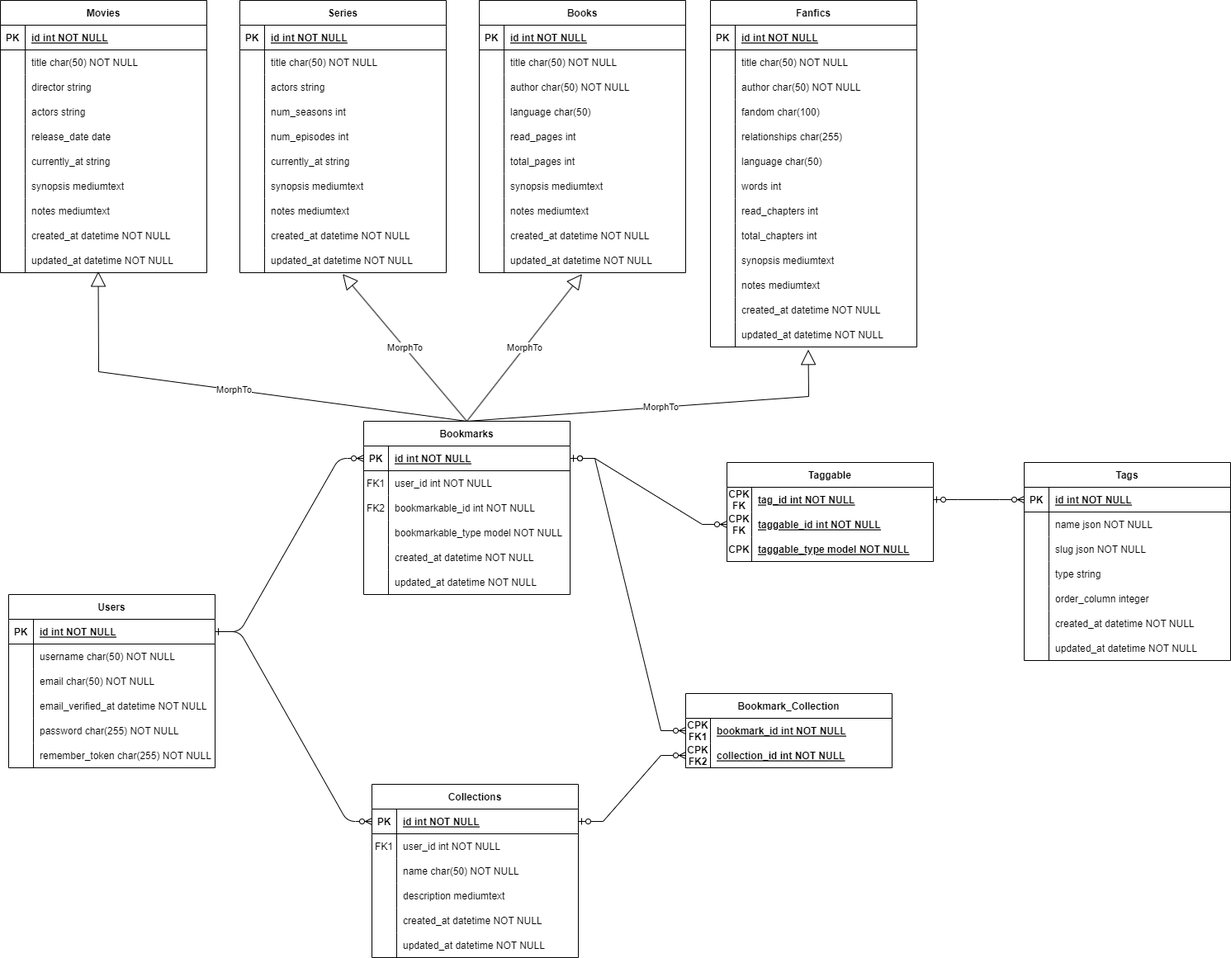
The draw.io diagram docs/mybookmarks_db.png in DAW-presencial/proyecto23-24-ncocana, before a commit. Source tidied: cells renumbered, new cells last; positions are measured from the earlier drawing's top-left corner, leaving out a move shared by most shapes.
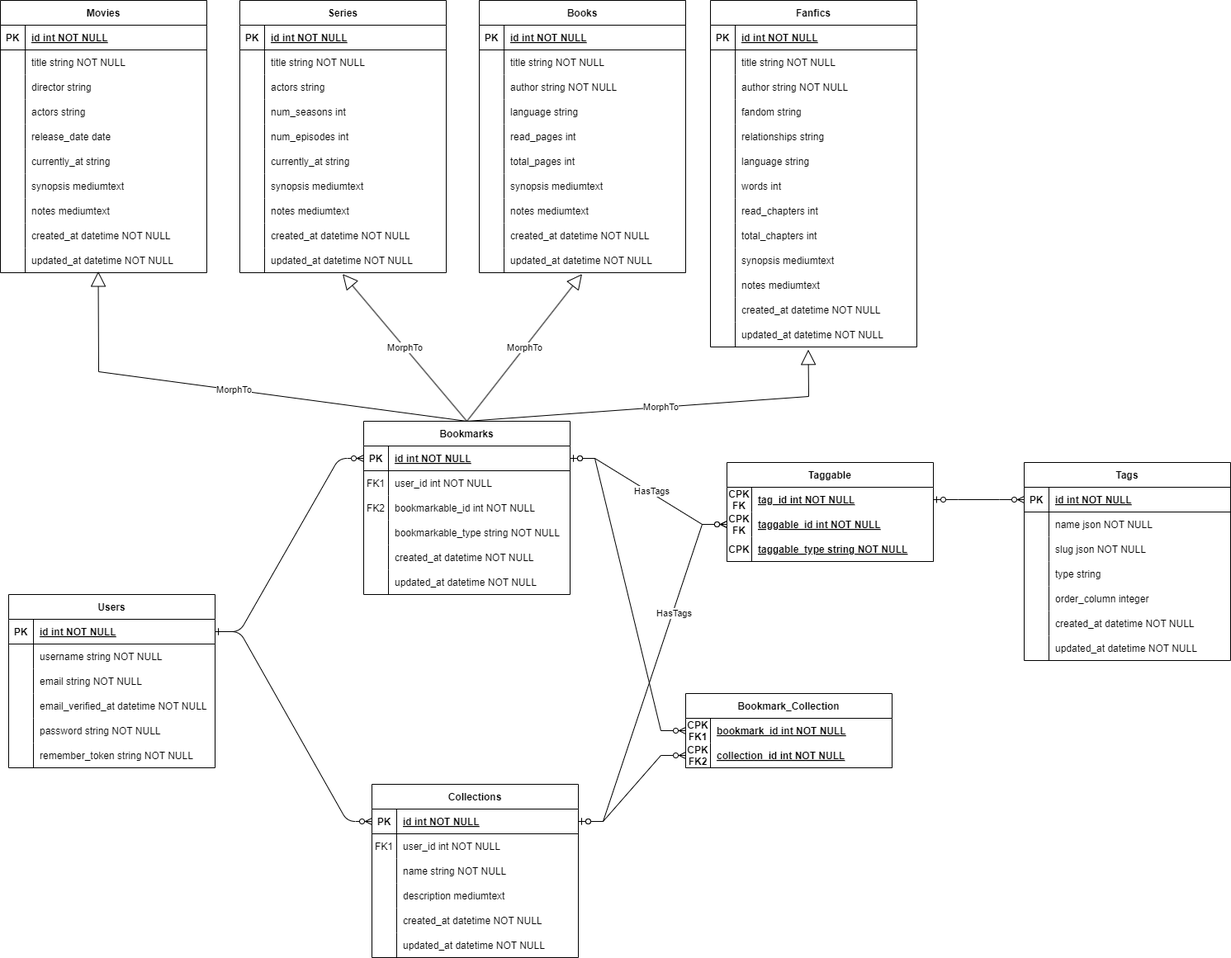
Above is the later version.

What changed in the source:
```diff
@@ -41,7 +41,7 @@
     <mxCell id="14" style="shape=partialRectangle;overflow=hidden;fillColor=none;top=0;left=0;bottom=0;right=0;" parent="13" vertex="1">
       <mxGeometry width="30" height="30" as="geometry" />
     </mxCell>
-    <mxCell id="15" value="bookmarkable_type model NOT NULL" style="shape=partialRectangle;overflow=hidden;fillColor=none;top=0;left=0;bottom=0;right=0;align=left;spacingLeft=6;" parent="13" vertex="1">
+    <mxCell id="15" value="bookmarkable_type string NOT NULL" style="shape=partialRectangle;overflow=hidden;fillColor=none;top=0;left=0;bottom=0;right=0;align=left;spacingLeft=6;" parent="13" vertex="1">
       <mxGeometry x="30" width="220" height="30" as="geometry" />
     </mxCell>
     <mxCell id="16" style="shape=partialRectangle;fillColor=none;top=0;left=0;right=0;bottom=0;" parent="3" vertex="1">
@@ -89,7 +89,7 @@
     <mxCell id="30" style="shape=partialRectangle;overflow=hidden;fillColor=none;top=0;left=0;bottom=0;right=0;" parent="29" vertex="1">
       <mxGeometry width="30" height="30" as="geometry" />
     </mxCell>
-    <mxCell id="31" value="name char(50) NOT NULL" style="shape=partialRectangle;overflow=hidden;fillColor=none;top=0;left=0;bottom=0;right=0;align=left;spacingLeft=6;" parent="29" vertex="1">
+    <mxCell id="31" value="name string NOT NULL" style="shape=partialRectangle;overflow=hidden;fillColor=none;top=0;left=0;bottom=0;right=0;align=left;spacingLeft=6;" parent="29" vertex="1">
       <mxGeometry x="30" width="220" height="30" as="geometry" />
     </mxCell>
     <mxCell id="32" style="shape=partialRectangle;fillColor=none;top=0;left=0;right=0;bottom=0;" parent="22" vertex="1">
@@ -137,7 +137,7 @@
     <mxCell id="46" style="shape=partialRectangle;overflow=hidden;fillColor=none;top=0;left=0;bottom=0;right=0;" parent="45" vertex="1">
       <mxGeometry width="30" height="30" as="geometry" />
     </mxCell>
-    <mxCell id="47" value="username char(50) NOT NULL" style="shape=partialRectangle;overflow=hidden;fillColor=none;top=0;left=0;bottom=0;right=0;align=left;spacingLeft=6;" parent="45" vertex="1">
+    <mxCell id="47" value="username string NOT NULL" style="shape=partialRectangle;overflow=hidden;fillColor=none;top=0;left=0;bottom=0;right=0;align=left;spacingLeft=6;" parent="45" vertex="1">
       <mxGeometry x="30" width="220" height="30" as="geometry" />
     </mxCell>
     <mxCell id="48" style="shape=partialRectangle;fillColor=none;top=0;left=0;right=0;bottom=0;" parent="41" vertex="1">
@@ -146,7 +146,7 @@
     <mxCell id="49" style="shape=partialRectangle;overflow=hidden;fillColor=none;top=0;left=0;bottom=0;right=0;" parent="48" vertex="1">
       <mxGeometry width="30" height="30" as="geometry" />
     </mxCell>
-    <mxCell id="50" value="email char(50) NOT NULL" style="shape=partialRectangle;overflow=hidden;fillColor=none;top=0;left=0;bottom=0;right=0;align=left;spacingLeft=6;" parent="48" vertex="1">
+    <mxCell id="50" value="email string NOT NULL" style="shape=partialRectangle;overflow=hidden;fillColor=none;top=0;left=0;bottom=0;right=0;align=left;spacingLeft=6;" parent="48" vertex="1">
       <mxGeometry x="30" width="220" height="30" as="geometry" />
     </mxCell>
     <mxCell id="51" style="shape=partialRectangle;fillColor=none;top=0;left=0;right=0;bottom=0;" parent="41" vertex="1">
@@ -164,7 +164,7 @@
     <mxCell id="55" style="shape=partialRectangle;overflow=hidden;fillColor=none;top=0;left=0;bottom=0;right=0;" parent="54" vertex="1">
       <mxGeometry width="30" height="30" as="geometry" />
     </mxCell>
-    <mxCell id="56" value="password char(255) NOT NULL" style="shape=partialRectangle;overflow=hidden;fillColor=none;top=0;left=0;bottom=0;right=0;align=left;spacingLeft=6;" parent="54" vertex="1">
+    <mxCell id="56" value="password string NOT NULL" style="shape=partialRectangle;overflow=hidden;fillColor=none;top=0;left=0;bottom=0;right=0;align=left;spacingLeft=6;" parent="54" vertex="1">
       <mxGeometry x="30" width="220" height="30" as="geometry" />
     </mxCell>
     <mxCell id="57" style="shape=partialRectangle;fillColor=none;top=0;left=0;right=0;bottom=0;" parent="41" vertex="1">
@@ -173,7 +173,7 @@
     <mxCell id="58" style="shape=partialRectangle;overflow=hidden;fillColor=none;top=0;left=0;bottom=0;right=0;" parent="57" vertex="1">
       <mxGeometry width="30" height="30" as="geometry" />
     </mxCell>
-    <mxCell id="59" value="remember_token char(255) NOT NULL" style="shape=partialRectangle;overflow=hidden;fillColor=none;top=0;left=0;bottom=0;right=0;align=left;spacingLeft=6;" parent="57" vertex="1">
+    <mxCell id="59" value="remember_token string NOT NULL" style="shape=partialRectangle;overflow=hidden;fillColor=none;top=0;left=0;bottom=0;right=0;align=left;spacingLeft=6;" parent="57" vertex="1">
       <mxGeometry x="30" width="220" height="30" as="geometry" />
     </mxCell>
     <mxCell id="60" style="edgeStyle=entityRelationEdgeStyle;endArrow=ERzeroToMany;startArrow=ERone;endFill=1;startFill=0;exitX=1;exitY=0.5;exitDx=0;exitDy=0;entryX=0;entryY=0.5;entryDx=0;entryDy=0;" parent="1" edge="1" source="42" target="23">
@@ -200,10 +200,8 @@
     <mxCell id="67" value="collection_id int NOT NULL" style="shape=partialRectangle;overflow=hidden;fillColor=none;top=0;left=0;bottom=0;right=0;align=left;spacingLeft=6;fontStyle=5;" parent="65" vertex="1">
       <mxGeometry x="30" width="220" height="30" as="geometry" />
     </mxCell>
-    <mxCell id="68" style="edgeStyle=entityRelationEdgeStyle;fontSize=12;html=1;endArrow=ERzeroToMany;startArrow=ERzeroToOne;rounded=0;exitX=1;exitY=0.5;exitDx=0;exitDy=0;entryX=0;entryY=0.5;entryDx=0;entryDy=0;" parent="1" edge="1" source="23">
-      <mxGeometry relative="1" as="geometry">
-        <mxPoint x="830" y="915" as="targetPoint" />
-      </mxGeometry>
+    <mxCell id="68" style="edgeStyle=entityRelationEdgeStyle;fontSize=12;html=1;endArrow=ERzeroToMany;startArrow=ERzeroToOne;rounded=0;exitX=1;exitY=0.5;exitDx=0;exitDy=0;entryX=0;entryY=0.5;entryDx=0;entryDy=0;" parent="1" edge="1" source="23" target="65">
+      <mxGeometry relative="1" as="geometry" />
     </mxCell>
     <mxCell id="69" style="edgeStyle=entityRelationEdgeStyle;fontSize=12;html=1;endArrow=ERzeroToMany;startArrow=ERzeroToOne;rounded=0;entryX=0;entryY=0.5;entryDx=0;entryDy=0;exitX=1;exitY=0.5;exitDx=0;exitDy=0;" parent="1" edge="1" source="4" target="62">
       <mxGeometry relative="1" as="geometry" />
@@ -226,7 +224,7 @@
     <mxCell id="75" style="shape=partialRectangle;overflow=hidden;fillColor=none;top=0;left=0;bottom=0;right=0;" parent="74" vertex="1">
       <mxGeometry width="30" height="30" as="geometry" />
     </mxCell>
-    <mxCell id="76" value="title char(50) NOT NULL" style="shape=partialRectangle;overflow=hidden;fillColor=none;top=0;left=0;bottom=0;right=0;align=left;spacingLeft=6;" parent="74" vertex="1">
+    <mxCell id="76" value="title string NOT NULL" style="shape=partialRectangle;overflow=hidden;fillColor=none;top=0;left=0;bottom=0;right=0;align=left;spacingLeft=6;" parent="74" vertex="1">
       <mxGeometry x="30" width="220" height="30" as="geometry" />
     </mxCell>
     <mxCell id="77" style="shape=partialRectangle;fillColor=none;top=0;left=0;right=0;bottom=0;" parent="70" vertex="1">
@@ -235,7 +233,7 @@
     <mxCell id="78" style="shape=partialRectangle;overflow=hidden;fillColor=none;top=0;left=0;bottom=0;right=0;" parent="77" vertex="1">
       <mxGeometry width="30" height="30" as="geometry" />
     </mxCell>
-    <mxCell id="79" value="author char(50) NOT NULL" style="shape=partialRectangle;overflow=hidden;fillColor=none;top=0;left=0;bottom=0;right=0;align=left;spacingLeft=6;" parent="77" vertex="1">
+    <mxCell id="79" value="author string NOT NULL" style="shape=partialRectangle;overflow=hidden;fillColor=none;top=0;left=0;bottom=0;right=0;align=left;spacingLeft=6;" parent="77" vertex="1">
       <mxGeometry x="30" width="220" height="30" as="geometry" />
     </mxCell>
     <mxCell id="80" style="shape=partialRectangle;fillColor=none;top=0;left=0;right=0;bottom=0;" parent="70" vertex="1">
@@ -244,7 +242,7 @@
     <mxCell id="81" style="shape=partialRectangle;overflow=hidden;fillColor=none;top=0;left=0;bottom=0;right=0;" parent="80" vertex="1">
       <mxGeometry width="30" height="30" as="geometry" />
     </mxCell>
-    <mxCell id="82" value="fandom char(100)" style="shape=partialRectangle;overflow=hidden;fillColor=none;top=0;left=0;bottom=0;right=0;align=left;spacingLeft=6;" parent="80" vertex="1">
+    <mxCell id="82" value="fandom string" style="shape=partialRectangle;overflow=hidden;fillColor=none;top=0;left=0;bottom=0;right=0;align=left;spacingLeft=6;" parent="80" vertex="1">
       <mxGeometry x="30" width="220" height="30" as="geometry" />
     </mxCell>
     <mxCell id="83" style="shape=partialRectangle;fillColor=none;top=0;left=0;right=0;bottom=0;" parent="70" vertex="1">
@@ -253,7 +251,7 @@
     <mxCell id="84" style="shape=partialRectangle;overflow=hidden;fillColor=none;top=0;left=0;bottom=0;right=0;" parent="83" vertex="1">
       <mxGeometry width="30" height="30" as="geometry" />
     </mxCell>
-    <mxCell id="85" value="relationships char(255)" style="shape=partialRectangle;overflow=hidden;fillColor=none;top=0;left=0;bottom=0;right=0;align=left;spacingLeft=6;" parent="83" vertex="1">
+    <mxCell id="85" value="relationships string" style="shape=partialRectangle;overflow=hidden;fillColor=none;top=0;left=0;bottom=0;right=0;align=left;spacingLeft=6;" parent="83" vertex="1">
       <mxGeometry x="30" width="220" height="30" as="geometry" />
     </mxCell>
     <mxCell id="86" style="shape=partialRectangle;fillColor=none;top=0;left=0;right=0;bottom=0;" parent="70" vertex="1">
@@ -262,7 +260,7 @@
     <mxCell id="87" style="shape=partialRectangle;overflow=hidden;fillColor=none;top=0;left=0;bottom=0;right=0;" parent="86" vertex="1">
       <mxGeometry width="30" height="30" as="geometry" />
     </mxCell>
-    <mxCell id="88" value="language char(50)" style="shape=partialRectangle;overflow=hidden;fillColor=none;top=0;left=0;bottom=0;right=0;align=left;spacingLeft=6;" parent="86" vertex="1">
+    <mxCell id="88" value="language string" style="shape=partialRectangle;overflow=hidden;fillColor=none;top=0;left=0;bottom=0;right=0;align=left;spacingLeft=6;" parent="86" vertex="1">
       <mxGeometry x="30" width="220" height="30" as="geometry" />
     </mxCell>
     <mxCell id="89" style="shape=partialRectangle;fillColor=none;top=0;left=0;right=0;bottom=0;" parent="70" vertex="1">
@@ -346,7 +344,7 @@
     <mxCell id="115" style="shape=partialRectangle;overflow=hidden;fillColor=none;top=0;left=0;bottom=0;right=0;" parent="114" vertex="1">
       <mxGeometry width="30" height="30" as="geometry" />
     </mxCell>
-    <mxCell id="116" value="title char(50) NOT NULL" style="shape=partialRectangle;overflow=hidden;fillColor=none;top=0;left=0;bottom=0;right=0;align=left;spacingLeft=6;" parent="114" vertex="1">
+    <mxCell id="116" value="title string NOT NULL" style="shape=partialRectangle;overflow=hidden;fillColor=none;top=0;left=0;bottom=0;right=0;align=left;spacingLeft=6;" parent="114" vertex="1">
       <mxGeometry x="30" width="220" height="30" as="geometry" />
     </mxCell>
     <mxCell id="117" style="shape=partialRectangle;fillColor=none;top=0;left=0;right=0;bottom=0;" parent="110" vertex="1">
@@ -355,7 +353,7 @@
     <mxCell id="118" style="shape=partialRectangle;overflow=hidden;fillColor=none;top=0;left=0;bottom=0;right=0;" parent="117" vertex="1">
       <mxGeometry width="30" height="30" as="geometry" />
     </mxCell>
-    <mxCell id="119" value="author char(50) NOT NULL" style="shape=partialRectangle;overflow=hidden;fillColor=none;top=0;left=0;bottom=0;right=0;align=left;spacingLeft=6;" parent="117" vertex="1">
+    <mxCell id="119" value="author string NOT NULL" style="shape=partialRectangle;overflow=hidden;fillColor=none;top=0;left=0;bottom=0;right=0;align=left;spacingLeft=6;" parent="117" vertex="1">
       <mxGeometry x="30" width="220" height="30" as="geometry" />
     </mxCell>
     <mxCell id="120" style="shape=partialRectangle;fillColor=none;top=0;left=0;right=0;bottom=0;" parent="110" vertex="1">
@@ -364,7 +362,7 @@
     <mxCell id="121" style="shape=partialRectangle;overflow=hidden;fillColor=none;top=0;left=0;bottom=0;right=0;" parent="120" vertex="1">
       <mxGeometry width="30" height="30" as="geometry" />
     </mxCell>
-    <mxCell id="122" value="language char(50)" style="shape=partialRectangle;overflow=hidden;fillColor=none;top=0;left=0;bottom=0;right=0;align=left;spacingLeft=6;" parent="120" vertex="1">
+    <mxCell id="122" value="language string" style="shape=partialRectangle;overflow=hidden;fillColor=none;top=0;left=0;bottom=0;right=0;align=left;spacingLeft=6;" parent="120" vertex="1">
       <mxGeometry x="30" width="220" height="30" as="geometry" />
     </mxCell>
     <mxCell id="123" style="shape=partialRectangle;fillColor=none;top=0;left=0;right=0;bottom=0;" parent="110" vertex="1">
@@ -439,7 +437,7 @@
     <mxCell id="146" style="shape=partialRectangle;overflow=hidden;fillColor=none;top=0;left=0;bottom=0;right=0;" parent="145" vertex="1">
       <mxGeometry width="30" height="30" as="geometry" />
     </mxCell>
-    <mxCell id="147" value="title char(50) NOT NULL" style="shape=partialRectangle;overflow=hidden;fillColor=none;top=0;left=0;bottom=0;right=0;align=left;spacingLeft=6;" parent="145" vertex="1">
+    <mxCell id="147" value="title string NOT NULL" style="shape=partialRectangle;overflow=hidden;fillColor=none;top=0;left=0;bottom=0;right=0;align=left;spacingLeft=6;" parent="145" vertex="1">
       <mxGeometry x="30" width="220" height="30" as="geometry" />
     </mxCell>
     <mxCell id="148" style="shape=partialRectangle;fillColor=none;top=0;left=0;right=0;bottom=0;" parent="141" vertex="1">
@@ -532,7 +530,7 @@
     <mxCell id="177" style="shape=partialRectangle;overflow=hidden;fillColor=none;top=0;left=0;bottom=0;right=0;" parent="176" vertex="1">
       <mxGeometry width="30" height="30" as="geometry" />
     </mxCell>
-    <mxCell id="178" value="title char(50) NOT NULL" style="shape=partialRectangle;overflow=hidden;fillColor=none;top=0;left=0;bottom=0;right=0;align=left;spacingLeft=6;" parent="176" vertex="1">
+    <mxCell id="178" value="title string NOT NULL" style="shape=partialRectangle;overflow=hidden;fillColor=none;top=0;left=0;bottom=0;right=0;align=left;spacingLeft=6;" parent="176" vertex="1">
       <mxGeometry x="30" width="220" height="30" as="geometry" />
     </mxCell>
     <mxCell id="179" style="shape=partialRectangle;fillColor=none;top=0;left=0;right=0;bottom=0;" parent="172" vertex="1">
@@ -720,14 +718,25 @@
     <mxCell id="237" value="CPK" style="shape=partialRectangle;overflow=hidden;fillColor=none;top=0;left=0;bottom=0;right=0;fontStyle=1;" parent="236" vertex="1">
       <mxGeometry width="30" height="30" as="geometry" />
     </mxCell>
-    <mxCell id="238" value="taggable_type model NOT NULL " style="shape=partialRectangle;overflow=hidden;fillColor=none;top=0;left=0;bottom=0;right=0;align=left;spacingLeft=6;fontStyle=5;" parent="236" vertex="1">
+    <mxCell id="238" value="taggable_type string NOT NULL " style="shape=partialRectangle;overflow=hidden;fillColor=none;top=0;left=0;bottom=0;right=0;align=left;spacingLeft=6;fontStyle=5;" parent="236" vertex="1">
       <mxGeometry x="30" width="220" height="30" as="geometry" />
     </mxCell>
     <mxCell id="239" style="edgeStyle=entityRelationEdgeStyle;fontSize=12;html=1;endArrow=ERzeroToMany;startArrow=ERzeroToOne;rounded=0;entryX=0;entryY=0.5;entryDx=0;entryDy=0;exitX=1;exitY=0.5;exitDx=0;exitDy=0;" parent="1" edge="1" source="4" target="233">
       <mxGeometry relative="1" as="geometry" />
     </mxCell>
+    <mxCell id="241" value="HasTags" style="edgeLabel;html=1;align=center;verticalAlign=middle;" parent="239" vertex="1">
+      <mxGeometry x="0.02" y="2" relative="1" as="geometry">
+        <mxPoint x="1" as="offset" />
+      </mxGeometry>
+    </mxCell>
     <mxCell id="240" style="edgeStyle=entityRelationEdgeStyle;fontSize=12;html=1;endArrow=ERzeroToMany;startArrow=ERzeroToOne;rounded=0;entryX=0;entryY=0.5;entryDx=0;entryDy=0;exitX=1;exitY=0.5;exitDx=0;exitDy=0;" parent="1" edge="1" source="230" target="208">
       <mxGeometry relative="1" as="geometry" />
     </mxCell>
+    <mxCell id="242" style="edgeStyle=entityRelationEdgeStyle;fontSize=12;html=1;endArrow=ERzeroToMany;startArrow=ERzeroToOne;rounded=0;exitX=1;exitY=0.5;exitDx=0;exitDy=0;entryX=0;entryY=0.5;entryDx=0;entryDy=0;" parent="1" edge="1" source="23" target="233">
+      <mxGeometry relative="1" as="geometry" />
+    </mxCell>
+    <mxCell id="243" value="HasTags" style="edgeLabel;html=1;align=center;verticalAlign=middle;" parent="242" vertex="1">
+      <mxGeometry x="0.35" y="-1" relative="1" as="geometry" />
+    </mxCell>
   </root>
 </mxGraphModel>
```
